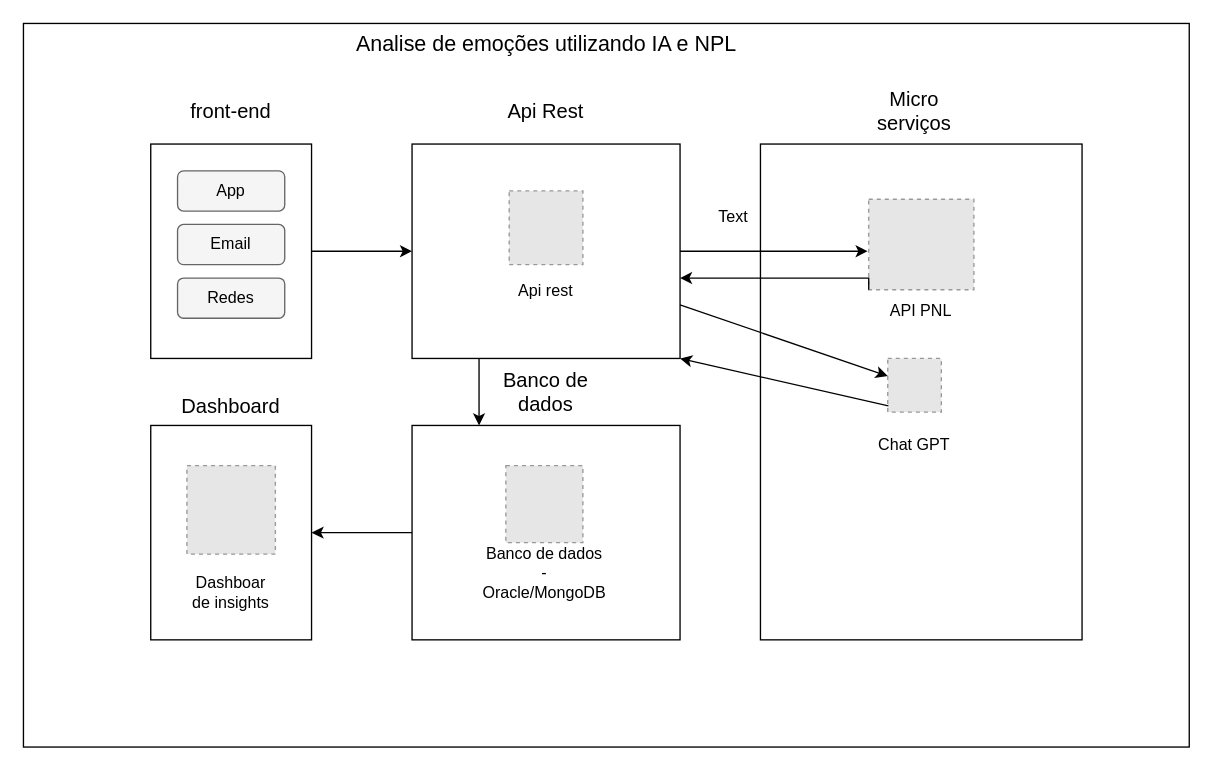
Above: Diagrama sem nome.drawio in JuliaNery/Draw.io (draw.io), before the change. Source tidied: cells renumbered, new cells numbered last; positions are measured from the earlier drawing's top-left corner, leaving out a move shared by most shapes. Both pictures are drawn from the tidied source at 134%, with x=0, y=0 at pixel (23, 23). Pictures stored in the file or linked from it are replaced by grey dashed boxes.
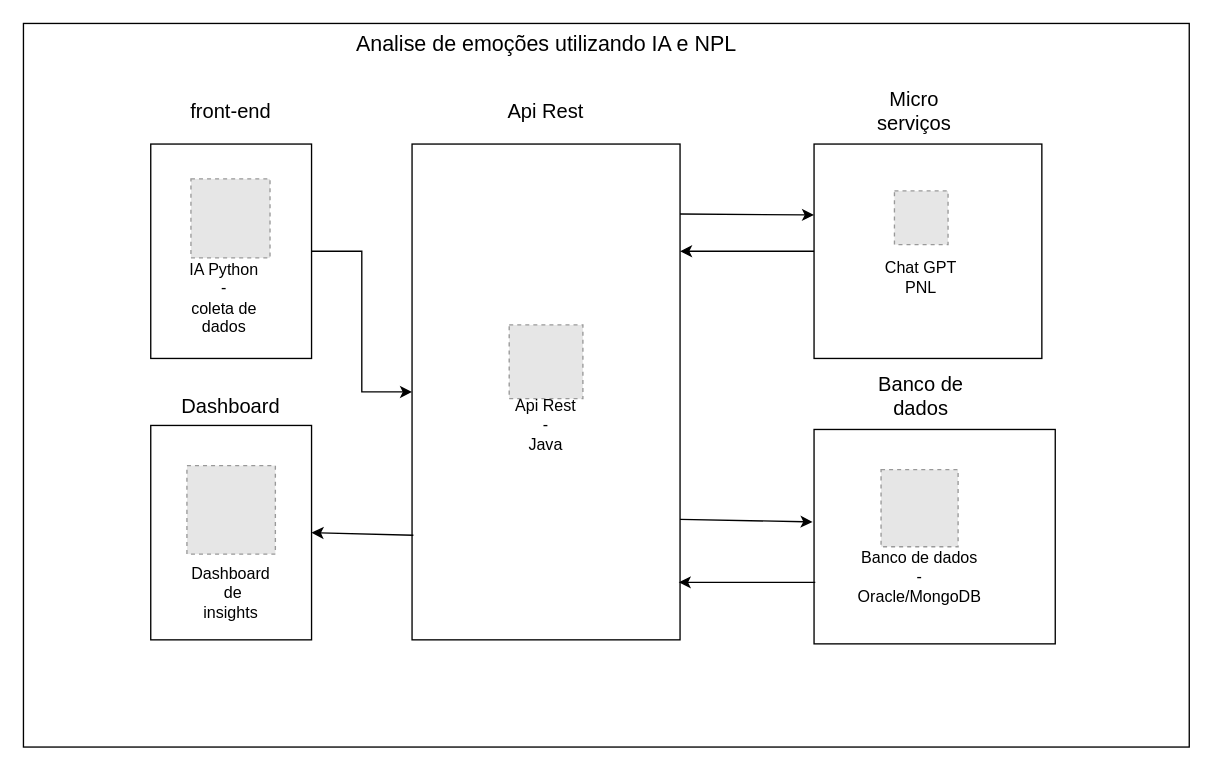
The same diagram, later.

Unchanged cells that the change refers to:
```xml
<mxCell id="20" style="rounded=0;whiteSpace=wrap;html=1;" parent="1" vertex="1">
  <mxGeometry x="95" y="300" width="120" height="160" as="geometry" />
</mxCell>
```

The edit, as a diff of the source:
```diff
@@
-    <mxCell id="6" style="rounded=1;whiteSpace=wrap;html=1;fillColor=#f5f5f5;fontColor=#333333;strokeColor=#666666;" parent="1" vertex="1">
-      <mxGeometry x="115" y="110" width="80" height="30" as="geometry" />
-    </mxCell>
-    <mxCell id="7" value="App" style="text;html=1;align=center;verticalAlign=middle;whiteSpace=wrap;rounded=0;" parent="1" vertex="1">
-      <mxGeometry x="125" y="110" width="60" height="30" as="geometry" />
-    </mxCell>
-    <mxCell id="8" style="rounded=1;whiteSpace=wrap;html=1;fillColor=#f5f5f5;fontColor=#333333;strokeColor=#666666;" parent="1" vertex="1">
-      <mxGeometry x="115" y="150" width="80" height="30" as="geometry" />
-    </mxCell>
-    <mxCell id="9" value="Email" style="text;html=1;align=center;verticalAlign=middle;whiteSpace=wrap;rounded=0;" parent="1" vertex="1">
-      <mxGeometry x="125" y="150" width="60" height="30" as="geometry" />
-    </mxCell>
-    <mxCell id="10" style="rounded=1;whiteSpace=wrap;html=1;fillColor=#f5f5f5;fontColor=#333333;strokeColor=#666666;" parent="1" vertex="1">
-      <mxGeometry x="115" y="190" width="80" height="30" as="geometry" />
-    </mxCell>
-    <mxCell id="11" value="Redes" style="text;html=1;align=center;verticalAlign=middle;whiteSpace=wrap;rounded=0;" parent="1" vertex="1">
-      <mxGeometry x="125" y="190" width="60" height="30" as="geometry" />
-    </mxCell>
     <mxCell id="12" style="rounded=0;whiteSpace=wrap;html=1;" parent="1" vertex="1">
-      <mxGeometry x="290" y="90" width="200" height="160" as="geometry" />
+      <mxGeometry x="290" y="90" width="200" height="370" as="geometry" />
     </mxCell>
@@
     <mxCell id="14" style="fillColor=#E6E6E6;strokeColor=#999999;dashed=1;verticalLabelPosition=bottom;labelBackgroundColor=default;verticalAlign=top;" parent="1" vertex="1">
-      <mxGeometry x="362.5" y="125" width="55" height="55" as="geometry" />
+      <mxGeometry x="362.5" y="225" width="55" height="55" as="geometry" />
     </mxCell>
     <mxCell id="15" style="rounded=0;whiteSpace=wrap;html=1;" parent="1" vertex="1">
-      <mxGeometry x="550" y="90" width="240" height="370" as="geometry" />
+      <mxGeometry x="590" y="90" width="170" height="160" as="geometry" />
     </mxCell>
@@
-    <mxCell id="17" value="Api rest" style="text;html=1;align=center;verticalAlign=middle;whiteSpace=wrap;rounded=0;" parent="1" vertex="1">
-      <mxGeometry x="360" y="185" width="60" height="30" as="geometry" />
+    <mxCell id="17" value="Api Rest&lt;div&gt;-&lt;/div&gt;&lt;div&gt;Java&lt;/div&gt;" style="text;html=1;align=center;verticalAlign=middle;whiteSpace=wrap;rounded=0;" parent="1" vertex="1">
+      <mxGeometry x="360" y="285" width="60" height="30" as="geometry" />
     </mxCell>
     <mxCell id="18" style="rounded=0;whiteSpace=wrap;html=1;" parent="1" vertex="1">
-      <mxGeometry x="290" y="300" width="200" height="160" as="geometry" />
+      <mxGeometry x="590" y="303" width="180" height="160" as="geometry" />
     </mxCell>
     <mxCell id="19" value="&lt;font style=&quot;font-size: 15px;&quot;&gt;Banco de dados&lt;/font&gt;" style="text;html=1;align=center;verticalAlign=middle;whiteSpace=wrap;rounded=0;" parent="1" vertex="1">
-      <mxGeometry x="345" y="260" width="90" height="30" as="geometry" />
+      <mxGeometry x="625" y="263" width="90" height="30" as="geometry" />
     </mxCell>
@@
     <mxCell id="22" style="fillColor=#E6E6E6;strokeColor=#999999;dashed=1;verticalLabelPosition=bottom;labelBackgroundColor=default;verticalAlign=top;" parent="1" vertex="1">
-      <mxGeometry x="645" y="250" width="40" height="40" as="geometry" />
+      <mxGeometry x="650" y="125" width="40" height="40" as="geometry" />
     </mxCell>
-    <mxCell id="23" value="Chat GPT" style="text;html=1;align=center;verticalAlign=middle;whiteSpace=wrap;rounded=0;" parent="1" vertex="1">
-      <mxGeometry x="635" y="300" width="60" height="30" as="geometry" />
+    <mxCell id="23" value="Chat GPT&lt;div&gt;PNL&lt;/div&gt;" style="text;html=1;align=center;verticalAlign=middle;whiteSpace=wrap;rounded=0;" parent="1" vertex="1">
+      <mxGeometry x="640" y="175" width="60" height="30" as="geometry" />
     </mxCell>
-    <mxCell id="24" style="fillColor=#E6E6E6;strokeColor=#999999;dashed=1;verticalLabelPosition=bottom;labelBackgroundColor=default;verticalAlign=top;" parent="1" vertex="1">
-      <mxGeometry x="630.8" y="131.2" width="78.5" height="67.5" as="geometry" />
-    </mxCell>
-    <mxCell id="25" value="API PNL" style="text;html=1;align=center;verticalAlign=middle;whiteSpace=wrap;rounded=0;" parent="1" vertex="1">
-      <mxGeometry x="640" y="200" width="60" height="30" as="geometry" />
-    </mxCell>
     <mxCell id="26" style="fillColor=#E6E6E6;strokeColor=#999999;dashed=1;verticalLabelPosition=bottom;labelBackgroundColor=default;verticalAlign=top;" parent="1" vertex="1">
-      <mxGeometry x="360" y="330" width="57.5" height="57.5" as="geometry" />
+      <mxGeometry x="640" y="333" width="57.5" height="57.5" as="geometry" />
     </mxCell>
     <mxCell id="27" value="Banco de dados - Oracle/MongoDB" style="text;html=1;align=center;verticalAlign=middle;whiteSpace=wrap;rounded=0;" parent="1" vertex="1">
-      <mxGeometry x="358.8" y="390" width="60" height="40" as="geometry" />
+      <mxGeometry x="638.8" y="393" width="60" height="40" as="geometry" />
     </mxCell>
-    <mxCell id="28" style="endArrow=classic;html=1;rounded=0;exitX=0.011;exitY=0.886;exitDx=0;exitDy=0;exitPerimeter=0;entryX=1;entryY=1;entryDx=0;entryDy=0;" parent="1" edge="1" source="22" target="12">
-      <mxGeometry relative="1" as="geometry" />
+    <mxCell id="28" style="endArrow=classic;html=1;rounded=0;exitX=0;exitY=0.5;exitDx=0;exitDy=0;" parent="1" edge="1" source="15">
+      <mxGeometry relative="1" as="geometry">
+        <mxPoint x="490" y="170" as="targetPoint" />
+      </mxGeometry>
     </mxCell>
-    <mxCell id="29" style="edgeStyle=orthogonalEdgeStyle;rounded=0;jettySize=auto;html=1;exitX=1;exitY=0.5;exitDx=0;exitDy=0;" parent="1" edge="1" source="12">
-      <mxGeometry relative="1" as="geometry">
-        <mxPoint x="630" y="170" as="targetPoint" />
-      </mxGeometry>
-    </mxCell>
-    <mxCell id="30" style="endArrow=classic;html=1;rounded=0;exitX=1;exitY=0.75;exitDx=0;exitDy=0;" parent="1" edge="1" source="12" target="22">
+    <mxCell id="30" style="endArrow=classic;html=1;rounded=0;exitX=1;exitY=0.141;exitDx=0;exitDy=0;exitPerimeter=0;entryX=0;entryY=0.331;entryDx=0;entryDy=0;entryPerimeter=0;" parent="1" edge="1" source="12" target="15">
       <mxGeometry relative="1" as="geometry" />
     </mxCell>
-    <mxCell id="31" style="edgeStyle=orthogonalEdgeStyle;rounded=0;jettySize=auto;html=1;exitX=0;exitY=1;exitDx=0;exitDy=0;" parent="1" edge="1" source="24">
-      <mxGeometry relative="1" as="geometry">
-        <mxPoint x="490" y="190" as="targetPoint" />
-        <Array as="points">
-          <mxPoint x="631" y="190" />
-          <mxPoint x="490" y="190" />
-        </Array>
-      </mxGeometry>
-    </mxCell>
-    <mxCell id="32" style="endArrow=classic;html=1;rounded=0;exitX=0.25;exitY=1;exitDx=0;exitDy=0;entryX=0.25;entryY=0;entryDx=0;entryDy=0;" parent="1" edge="1" source="12" target="18">
+    <mxCell id="32" style="endArrow=classic;html=1;rounded=0;exitX=1;exitY=0.757;exitDx=0;exitDy=0;exitPerimeter=0;entryX=-0.006;entryY=0.431;entryDx=0;entryDy=0;entryPerimeter=0;" parent="1" edge="1" source="12" target="18">
       <mxGeometry relative="1" as="geometry" />
     </mxCell>
-    <mxCell id="33" style="endArrow=classic;html=1;rounded=0;exitX=0;exitY=0.5;exitDx=0;exitDy=0;" parent="1" edge="1" source="18" target="20">
+    <mxCell id="33" style="endArrow=classic;html=1;rounded=0;exitX=0.005;exitY=0.713;exitDx=0;exitDy=0;entryX=0.995;entryY=0.884;entryDx=0;entryDy=0;entryPerimeter=0;exitPerimeter=0;" parent="1" edge="1" source="18" target="12">
       <mxGeometry relative="1" as="geometry" />
     </mxCell>
@@
-    <mxCell id="35" value="Dashboar de insights" style="text;html=1;align=center;verticalAlign=middle;whiteSpace=wrap;rounded=0;" parent="1" vertex="1">
+    <mxCell id="35" value="Dashboard&lt;div&gt;&amp;nbsp;de insights&lt;/div&gt;" style="text;html=1;align=center;verticalAlign=middle;whiteSpace=wrap;rounded=0;" parent="1" vertex="1">
       <mxGeometry x="125" y="410" width="60" height="30" as="geometry" />
     </mxCell>
-    <mxCell id="36" value="Text" style="text;html=1;align=center;verticalAlign=middle;whiteSpace=wrap;rounded=0;" parent="1" vertex="1">
-      <mxGeometry x="500" y="130" width="60" height="30" as="geometry" />
-    </mxCell>
@@
+    <mxCell id="38" style="endArrow=classic;html=1;rounded=0;exitX=0.005;exitY=0.789;exitDx=0;exitDy=0;exitPerimeter=0;entryX=1;entryY=0.5;entryDx=0;entryDy=0;" parent="1" edge="1" source="12" target="20">
+      <mxGeometry relative="1" as="geometry" />
+    </mxCell>
+    <mxCell id="39" style="fillColor=#E6E6E6;strokeColor=#999999;dashed=1;verticalLabelPosition=bottom;labelBackgroundColor=default;verticalAlign=top;" parent="1" vertex="1">
+      <mxGeometry x="125" y="116" width="59" height="59" as="geometry" />
+    </mxCell>
+    <mxCell id="40" value="IA Python&lt;div&gt;-&lt;/div&gt;&lt;div&gt;coleta de dados&lt;/div&gt;" style="text;html=1;align=center;verticalAlign=middle;whiteSpace=wrap;rounded=0;" parent="1" vertex="1">
+      <mxGeometry x="110" y="190" width="80" height="30" as="geometry" />
+    </mxCell>
```
